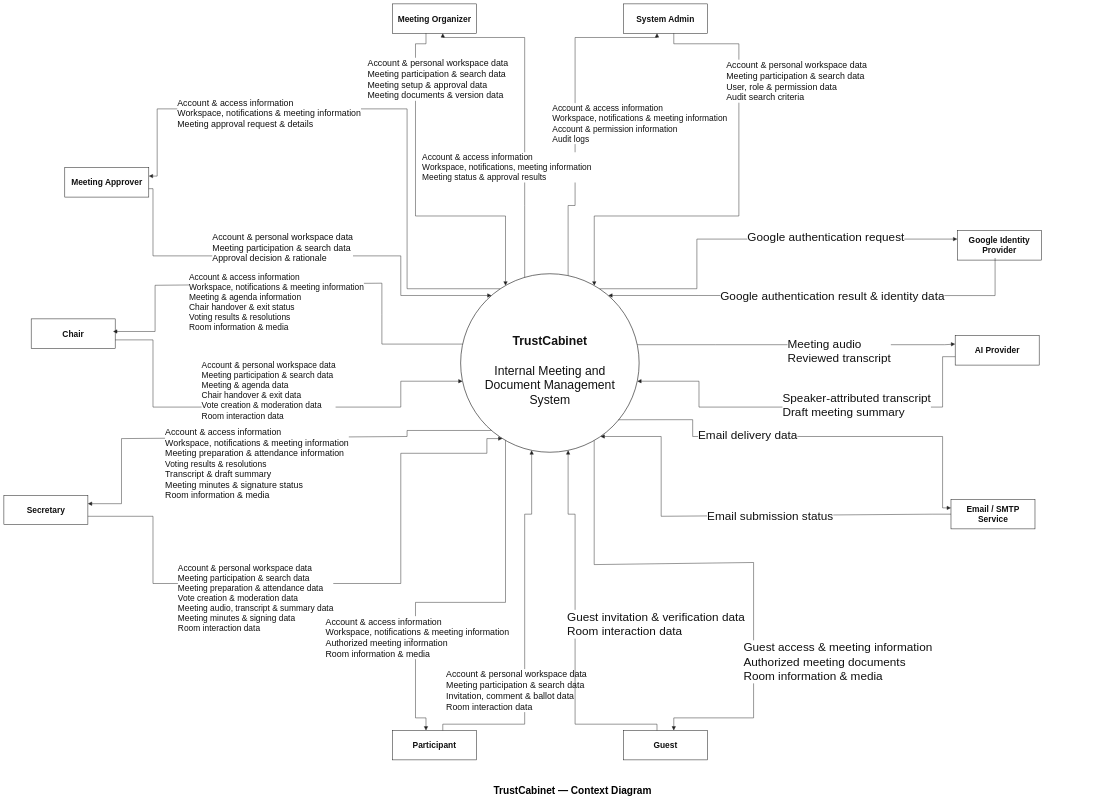
The draw.io diagram docs/11-contextdiagram/trustcabinet-context.drawio in callmehai/FU-FA26-G116, before the edit. Source tidied: cells renumbered, new cells numbered last; positions are measured from the earlier drawing's top-left corner, leaving out a move shared by most shapes. Both pictures are drawn from the tidied source at 21%, with x=0, y=0 at pixel (4, 4).
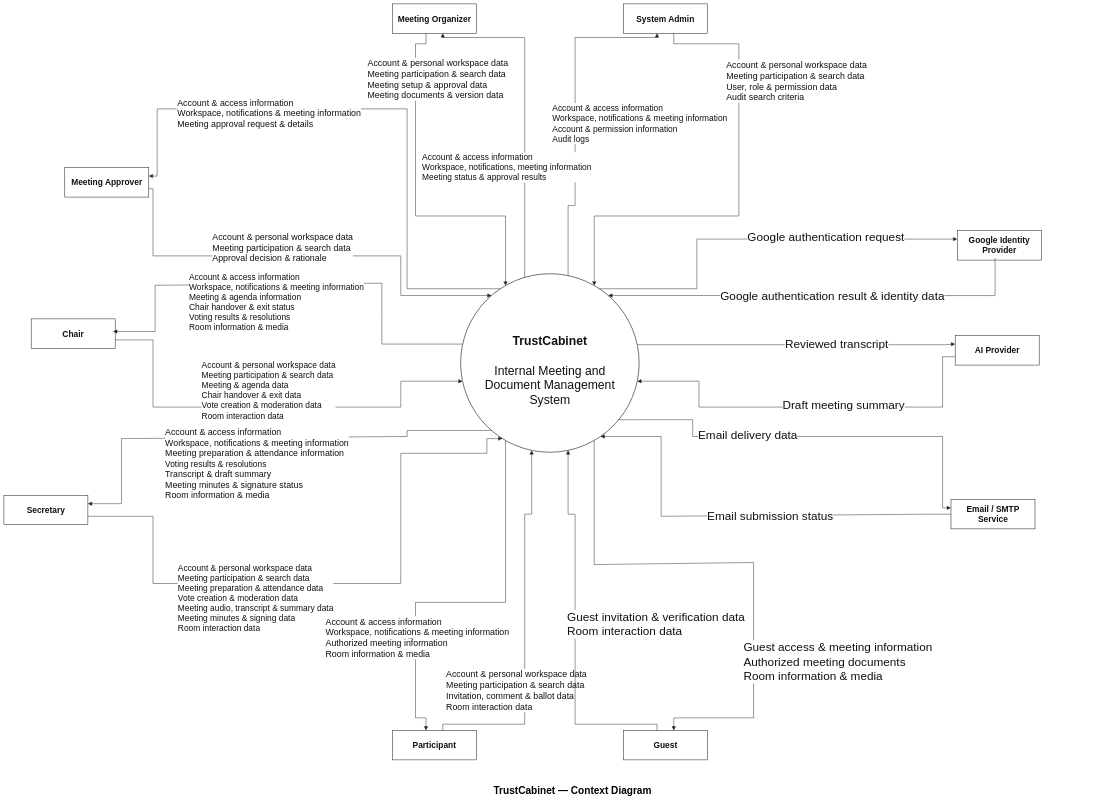
The same page after the edit.

Commit message (it also covers changes not shown here):
Cập nhật nhãn luồng AI trong sơ đồ

Loại bỏ các nhãn audio và transcript gán người nói, giữ lại bản nháp tóm tắt và transcript đã duyệt. Cập nhật ảnh xem trước sơ đồ.

The change refers to these unchanged cells:
```xml
<mxCell id="40" value="&lt;div style=&quot;width:630px;text-align:left;line-height:1.22;&quot;&gt;&lt;br&gt;&lt;/div&gt;" style="edgeStyle=none;rounded=0;jettySize=auto;html=1;endArrow=block;endFill=1;endSize=14;startArrow=none;strokeWidth=2.2;strokeColor=#222222;fontColor=#111111;fontFamily=Arial;fontSize=26;align=left;verticalAlign=middle;labelBackgroundColor=#ffffff;exitX=0.0000000000;exitY=0.7142857143;exitPerimeter=0;entryX=0.9894550004;entryY=0.6021459868;entryPerimeter=0;" parent="1" edge="1" source="12" target="3">
  <mxGeometry x="0.16" y="-190" relative="1" as="geometry">
    <Array as="points">
      <mxPoint x="4470" y="1680" />
      <mxPoint x="4470" y="1920" />
      <mxPoint x="3310" y="1920" />
      <mxPoint x="3310" y="1796.8" />
    </Array>
  </mxGeometry>
</mxCell>
<mxCell id="42" value="&lt;div style=&quot;width:630px;text-align:left;line-height:1.22;&quot;&gt;&lt;br&gt;&lt;/div&gt;" style="edgeStyle=none;rounded=0;jettySize=auto;html=1;endArrow=block;endFill=1;endSize=14;startArrow=none;strokeWidth=2.2;strokeColor=#222222;fontColor=#111111;fontFamily=Arial;fontSize=26;align=left;verticalAlign=middle;labelBackgroundColor=#ffffff;exitX=0.9894117647;exitY=0.3976470588;exitPerimeter=0;entryX=0.0000000000;entryY=0.2857142857;entryPerimeter=0;" parent="1" edge="1" source="3" target="12">
  <mxGeometry x="-0.26" y="-190" relative="1" as="geometry">
    <Array as="points">
      <mxPoint x="3390" y="1623" />
      <mxPoint x="4480" y="1623" />
    </Array>
    <mxPoint x="1" as="offset" />
  </mxGeometry>
</mxCell>
```

The edit, as a diff of the source:
```diff
@@
-    <mxCell id="41" value="&lt;font style=&quot;font-size: 56px;&quot;&gt;&lt;span style=&quot;color: rgb(17, 17, 17); font-family: Arial;&quot;&gt;Speaker-attributed transcript&lt;/span&gt;&lt;br style=&quot;color: rgb(17, 17, 17); font-family: Arial;&quot;&gt;&lt;span style=&quot;color: rgb(17, 17, 17); font-family: Arial;&quot;&gt;Draft meeting summary&lt;/span&gt;&lt;/font&gt;" style="edgeLabel;html=1;align=left;verticalAlign=middle;" parent="40" vertex="1">
+    <mxCell id="41" value="&lt;font style=&quot;font-size: 56px;&quot;&gt;&lt;span style=&quot;color: rgb(17, 17, 17); font-family: Arial;&quot;&gt;Draft meeting summary&lt;/span&gt;&lt;/font&gt;" style="edgeLabel;html=1;align=left;verticalAlign=middle;" parent="40" vertex="1">
       <mxGeometry x="0.26" y="-2" relative="1" as="geometry">
         <mxPoint x="119" y="-8" as="offset" />
       </mxGeometry>
     </mxCell>
@@
-    <mxCell id="43" value="&lt;font style=&quot;font-size: 56px;&quot;&gt;&lt;span style=&quot;color: rgb(17, 17, 17); font-family: Arial;&quot;&gt;Meeting audio&lt;/span&gt;&lt;br style=&quot;color: rgb(17, 17, 17); font-family: Arial;&quot;&gt;&lt;span style=&quot;color: rgb(17, 17, 17); font-family: Arial;&quot;&gt;Reviewed transcript&lt;/span&gt;&lt;/font&gt;" style="edgeLabel;html=1;align=left;verticalAlign=middle;" parent="42" vertex="1">
+    <mxCell id="43" value="&lt;font style=&quot;font-size: 56px;&quot;&gt;&lt;span style=&quot;color: rgb(17, 17, 17); font-family: Arial;&quot;&gt;Reviewed transcript&lt;/span&gt;&lt;/font&gt;" style="edgeLabel;html=1;align=left;verticalAlign=middle;" parent="42" vertex="1">
       <mxGeometry x="-0.29" relative="1" as="geometry">
-        <mxPoint x="176" y="30" as="offset" />
+        <mxPoint x="164" y="-3" as="offset" />
       </mxGeometry>
     </mxCell>
```
